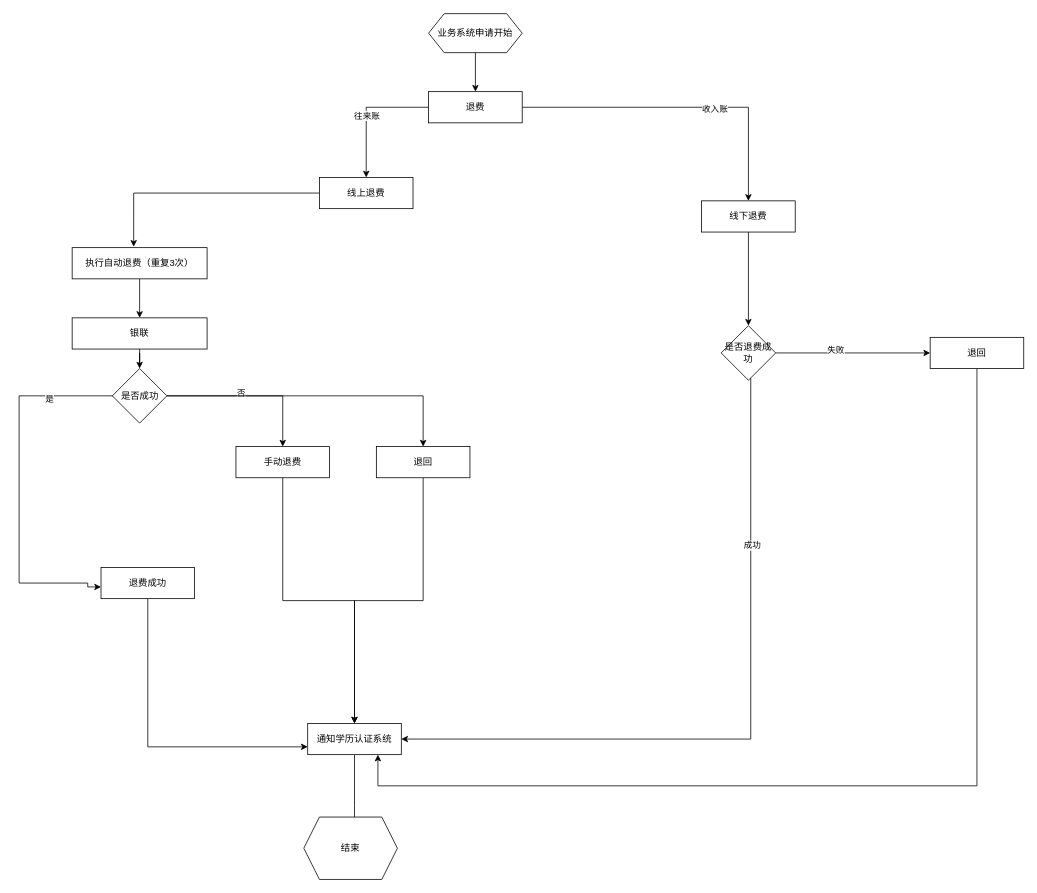
Earlier version of the draw.io diagram 未命名绘图.drawio (zhangfengman/autoJs). Source tidied: cells renumbered, new cells numbered last; positions are measured from the earlier drawing's top-left corner, leaving out a move shared by most shapes. Both pictures are drawn from the tidied source at 78%, with x=0, y=0 at pixel (19, 13).
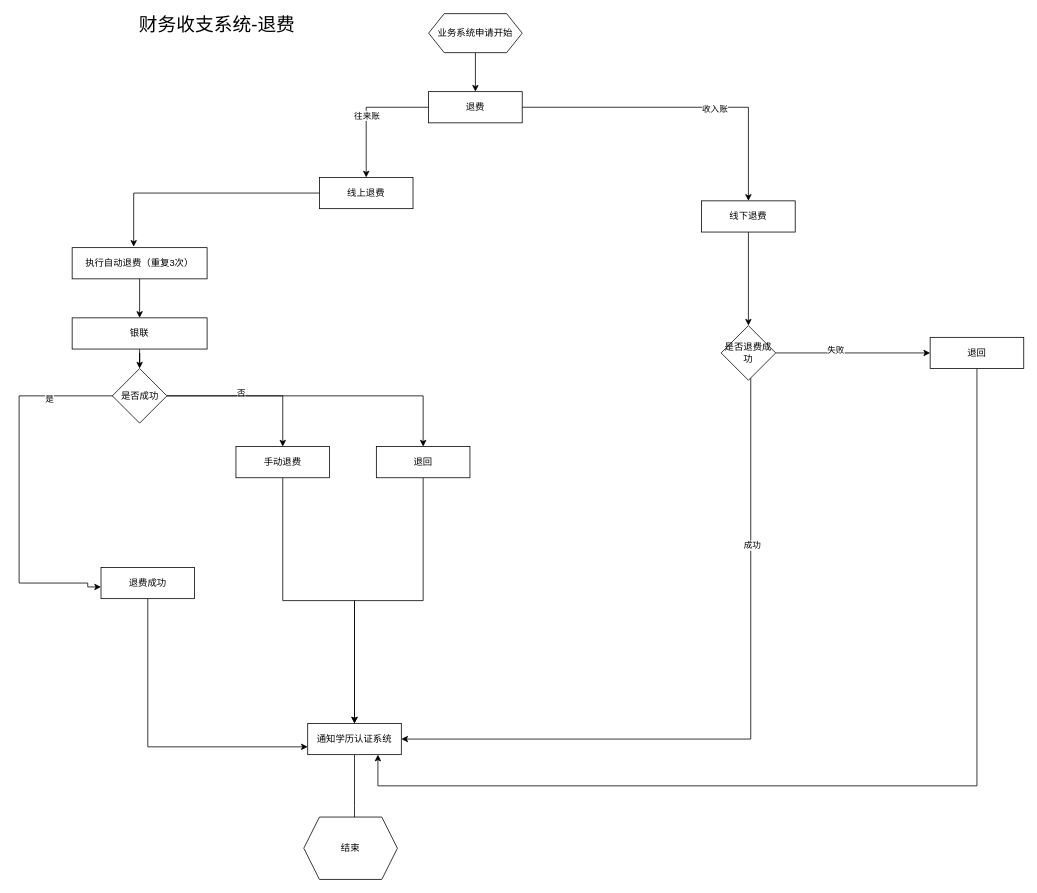
After the change.

Commit message:
更新未命名绘图.drawio

Diff of the diagram source:
```diff
@@
+    <mxCell id="39" value="&lt;font style=&quot;font-size: 24px;&quot;&gt;财务收支系统-退费&lt;/font&gt;" style="text;html=1;align=center;verticalAlign=middle;whiteSpace=wrap;rounded=0;" parent="1" vertex="1">
+      <mxGeometry x="130" width="248" height="30" as="geometry" />
+    </mxCell>
```
